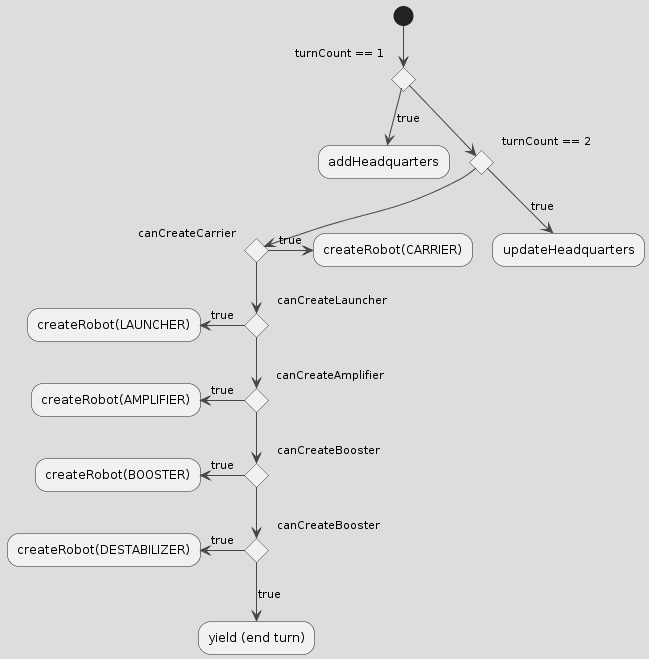
coding-to-music/plantuml-diagram-examples keeps this PlantUML diagram as drawings/Headquarters-Strategy.png. Above is the earlier version. Its diagram source:
```plantuml
@startuml "Headquarters-Strategy"

!theme toy

(*) --> if "turnCount == 1" then
  -->[true] "addHeadquarters" as a1
else
  if "turnCount == 2" then
    -->[true] "updateHeadquarters" as a3
  else
    if "canCreateCarrier" then
      -left->[true] "createRobot(CARRIER)"
    else
      if "canCreateLauncher" then
        -left->[true] "createRobot(LAUNCHER)"
      else
        if "canCreateAmplifier" then
          -left->[true] "createRobot(AMPLIFIER)"
        else
          if "canCreateBooster" then
            -left->[true] "createRobot(BOOSTER)"
          else
            if "canCreateBooster" then
              -left->[true] "createRobot(DESTABILIZER)"
            else
              -->[true] "yield (end turn)"
            endif
          endif
      endif
    endif
  endif



endif

@enduml
```
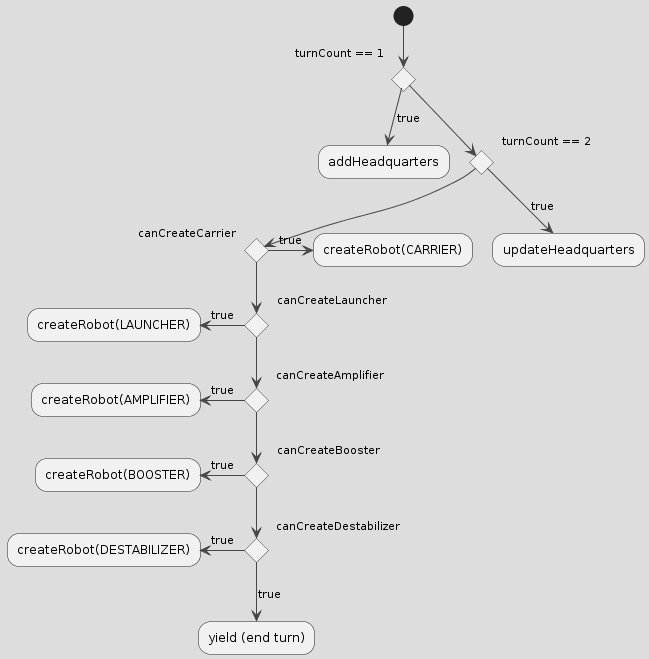
After the commit.

The edit, as a diff of the source:
```diff
@@ -20,7 +20,7 @@
           if "canCreateBooster" then
             -left->[true] "createRobot(BOOSTER)"
           else
-            if "canCreateBooster" then
+            if "canCreateDestabilizer" then
               -left->[true] "createRobot(DESTABILIZER)"
             else
               -->[true] "yield (end turn)"
@@ -32,6 +32,8 @@
 
 
 
+
+
 endif
 
 @enduml
```
